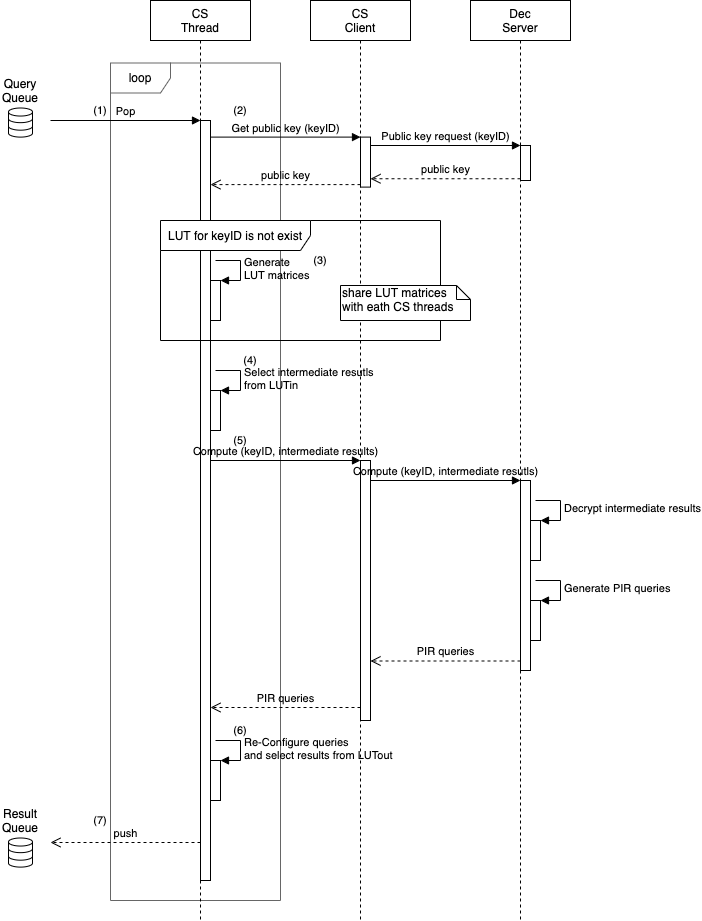
Before: doc/spec-ja/source/images/fhetbl_design-seq-cs-02.png, a diagram exported from draw.io (iihiro/FHE-Table-Search). Source tidied: cells renumbered, new cells last; positions are measured from the earlier drawing's top-left corner, leaving out a move shared by most shapes.
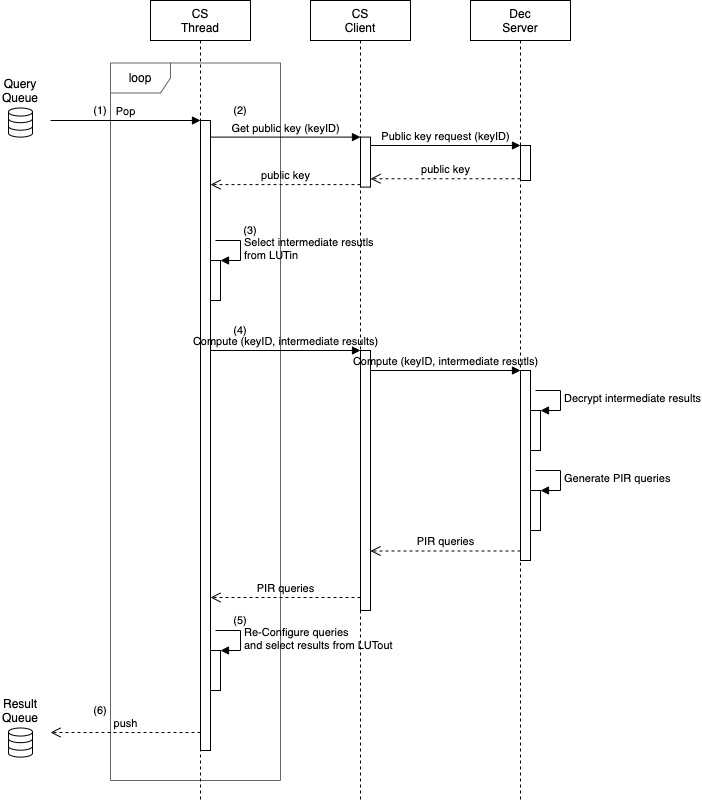
Later version of the same file.

Change to the diagram source:
```diff
@@ -3,34 +3,35 @@
     <mxCell id="0" />
     <mxCell id="1" parent="0" />
     <mxCell id="2" value="loop" style="shape=umlFrame;whiteSpace=wrap;html=1;strokeColor=#666666;strokeWidth=1;fillColor=none;" parent="1" vertex="1">
-      <mxGeometry x="110" y="62.5" width="170" height="837.5" as="geometry" />
+      <mxGeometry x="110" y="62.5" width="170" height="717.5" as="geometry" />
     </mxCell>
     <mxCell id="3" value="CS&lt;br&gt;Thread" style="shape=umlLifeline;perimeter=lifelinePerimeter;whiteSpace=wrap;html=1;" parent="1" vertex="1">
-      <mxGeometry x="150" width="100" height="920" as="geometry" />
+      <mxGeometry x="150" width="100" height="800" as="geometry" />
     </mxCell>
     <mxCell id="4" value="CS&lt;br&gt;Client" style="shape=umlLifeline;perimeter=lifelinePerimeter;whiteSpace=wrap;html=1;" parent="1" vertex="1">
-      <mxGeometry x="310" width="100" height="920" as="geometry" />
+      <mxGeometry x="310" width="100" height="800" as="geometry" />
     </mxCell>
     <mxCell id="5" style="html=1;points=[];perimeter=orthogonalPerimeter;strokeColor=#000000;strokeWidth=1;" parent="4" vertex="1">
       <mxGeometry x="50" y="136.6" width="10" height="50" as="geometry" />
     </mxCell>
     <mxCell id="6" value="Dec&lt;br&gt;Server" style="shape=umlLifeline;perimeter=lifelinePerimeter;whiteSpace=wrap;html=1;" parent="1" vertex="1">
-      <mxGeometry x="470" width="100" height="920" as="geometry" />
+      <mxGeometry x="470" width="100" height="800" as="geometry" />
     </mxCell>
     <mxCell id="7" style="html=1;points=[];perimeter=orthogonalPerimeter;" parent="6" vertex="1">
-      <mxGeometry x="50" y="480" width="10" height="190" as="geometry" />
+      <mxGeometry x="50" y="370" width="10" height="190" as="geometry" />
     </mxCell>
     <mxCell id="8" style="html=1;points=[];perimeter=orthogonalPerimeter;" parent="1" vertex="1">
-      <mxGeometry x="200" y="120" width="10" height="760" as="geometry" />
+      <mxGeometry x="200" y="120" width="10" height="630" as="geometry" />
     </mxCell>
     <mxCell id="9" value="Pop" style="html=1;verticalAlign=bottom;endArrow=block;entryX=0;entryY=0;labelBackgroundColor=none;" parent="1" edge="1" target="8">
       <mxGeometry relative="1" as="geometry">
         <mxPoint x="50" y="120" as="sourcePoint" />
       </mxGeometry>
     </mxCell>
-    <mxCell id="10" value="push" style="html=1;verticalAlign=bottom;endArrow=open;dashed=1;endSize=8;exitX=0;exitY=0.95;labelBackgroundColor=none;" parent="1" edge="1" source="8">
+    <mxCell id="10" value="push" style="html=1;verticalAlign=bottom;endArrow=open;dashed=1;endSize=8;exitX=0;exitY=0.95;labelBackgroundColor=none;" parent="1" edge="1">
       <mxGeometry relative="1" as="geometry">
-        <mxPoint x="50" y="842" as="targetPoint" />
+        <mxPoint x="200" y="732" as="sourcePoint" />
+        <mxPoint x="50" y="732" as="targetPoint" />
       </mxGeometry>
     </mxCell>
     <mxCell id="11" style="html=1;points=[];perimeter=orthogonalPerimeter;" parent="1" vertex="1">
@@ -42,120 +43,104 @@
     <mxCell id="13" value="public key" style="html=1;verticalAlign=bottom;endArrow=open;dashed=1;endSize=8;exitX=0;exitY=0.95;labelBackgroundColor=none;" parent="1" edge="1" source="11" target="5">
       <mxGeometry relative="1" as="geometry" />
     </mxCell>
-    <mxCell id="14" value="LUT for keyID is not exist" style="shape=umlFrame;whiteSpace=wrap;html=1;width=150;height=30;" parent="1" vertex="1">
-      <mxGeometry x="160" y="220" width="280" height="120" as="geometry" />
+    <mxCell id="14" style="html=1;points=[];perimeter=orthogonalPerimeter;" parent="1" vertex="1">
+      <mxGeometry x="210" y="260" width="10" height="40" as="geometry" />
     </mxCell>
-    <mxCell id="15" style="html=1;points=[];perimeter=orthogonalPerimeter;" parent="1" vertex="1">
-      <mxGeometry x="210" y="280" width="10" height="40" as="geometry" />
+    <mxCell id="15" value="Select intermediate resutls&lt;br&gt;from LUTin" style="edgeStyle=orthogonalEdgeStyle;html=1;align=left;spacingLeft=2;endArrow=block;rounded=0;entryX=1;entryY=0;labelBackgroundColor=none;" parent="1" edge="1" target="14">
+      <mxGeometry relative="1" as="geometry">
+        <mxPoint x="215" y="240" as="sourcePoint" />
+        <Array as="points">
+          <mxPoint x="240" y="240" />
+        </Array>
+      </mxGeometry>
     </mxCell>
-    <mxCell id="16" value="Generate&lt;br&gt;LUT matrices" style="edgeStyle=orthogonalEdgeStyle;html=1;align=left;spacingLeft=2;endArrow=block;rounded=0;entryX=1;entryY=0;labelBackgroundColor=none;" parent="1" edge="1" target="15">
-      <mxGeometry relative="1" as="geometry">
-        <mxPoint x="215" y="260" as="sourcePoint" />
-        <Array as="points">
-          <mxPoint x="240" y="260" />
-        </Array>
-      </mxGeometry>
+    <mxCell id="16" style="html=1;points=[];perimeter=orthogonalPerimeter;" parent="1" vertex="1">
+      <mxGeometry x="360" y="350" width="10" height="260" as="geometry" />
     </mxCell>
-    <mxCell id="17" style="html=1;points=[];perimeter=orthogonalPerimeter;" parent="1" vertex="1">
-      <mxGeometry x="210" y="390" width="10" height="40" as="geometry" />
+    <mxCell id="17" value="Compute (keyID, intermediate results)" style="html=1;verticalAlign=bottom;endArrow=block;entryX=0;entryY=0;labelBackgroundColor=none;" parent="1" edge="1" target="16">
+      <mxGeometry relative="1" as="geometry">
+        <mxPoint x="210" y="350" as="sourcePoint" />
+      </mxGeometry>
     </mxCell>
-    <mxCell id="18" value="Select intermediate resutls&lt;br&gt;from LUTin" style="edgeStyle=orthogonalEdgeStyle;html=1;align=left;spacingLeft=2;endArrow=block;rounded=0;entryX=1;entryY=0;labelBackgroundColor=none;" parent="1" edge="1" target="17">
+    <mxCell id="18" value="PIR queries" style="html=1;verticalAlign=bottom;endArrow=open;dashed=1;endSize=8;exitX=0;exitY=0.95;labelBackgroundColor=none;" parent="1" edge="1" source="16">
       <mxGeometry relative="1" as="geometry">
-        <mxPoint x="215" y="370" as="sourcePoint" />
-        <Array as="points">
-          <mxPoint x="240" y="370" />
-        </Array>
+        <mxPoint x="210" y="597" as="targetPoint" />
       </mxGeometry>
     </mxCell>
-    <mxCell id="19" style="html=1;points=[];perimeter=orthogonalPerimeter;" parent="1" vertex="1">
-      <mxGeometry x="360" y="460" width="10" height="260" as="geometry" />
+    <mxCell id="19" value="Compute (keyID, intermediate resutls)" style="html=1;verticalAlign=bottom;endArrow=block;entryX=0;entryY=0;labelBackgroundColor=none;" parent="1" edge="1" source="16" target="7">
+      <mxGeometry relative="1" as="geometry" />
     </mxCell>
-    <mxCell id="20" value="Compute (keyID, intermediate results)" style="html=1;verticalAlign=bottom;endArrow=block;entryX=0;entryY=0;labelBackgroundColor=none;" parent="1" edge="1" source="8" target="19">
-      <mxGeometry relative="1" as="geometry" />
+    <mxCell id="20" style="html=1;points=[];perimeter=orthogonalPerimeter;" parent="1" vertex="1">
+      <mxGeometry x="530" y="410" width="10" height="40" as="geometry" />
     </mxCell>
-    <mxCell id="21" value="PIR queries" style="html=1;verticalAlign=bottom;endArrow=open;dashed=1;endSize=8;exitX=0;exitY=0.95;labelBackgroundColor=none;" parent="1" edge="1" source="19" target="8">
-      <mxGeometry relative="1" as="geometry" />
+    <mxCell id="21" value="Decrypt intermediate results" style="edgeStyle=orthogonalEdgeStyle;html=1;align=left;spacingLeft=2;endArrow=block;rounded=0;entryX=1;entryY=0;labelBackgroundColor=none;" parent="1" edge="1" target="20">
+      <mxGeometry relative="1" as="geometry">
+        <mxPoint x="535" y="390" as="sourcePoint" />
+        <Array as="points">
+          <mxPoint x="560" y="390" />
+        </Array>
+      </mxGeometry>
     </mxCell>
-    <mxCell id="22" value="Compute (keyID, intermediate resutls)" style="html=1;verticalAlign=bottom;endArrow=block;entryX=0;entryY=0;labelBackgroundColor=none;" parent="1" edge="1" source="19" target="7">
-      <mxGeometry relative="1" as="geometry" />
+    <mxCell id="22" style="html=1;points=[];perimeter=orthogonalPerimeter;" parent="1" vertex="1">
+      <mxGeometry x="530" y="490" width="10" height="40" as="geometry" />
     </mxCell>
-    <mxCell id="23" style="html=1;points=[];perimeter=orthogonalPerimeter;" parent="1" vertex="1">
-      <mxGeometry x="530" y="520" width="10" height="40" as="geometry" />
+    <mxCell id="23" value="Generate PIR queries" style="edgeStyle=orthogonalEdgeStyle;html=1;align=left;spacingLeft=2;endArrow=block;rounded=0;entryX=1;entryY=0;labelBackgroundColor=none;" parent="1" edge="1" target="22">
+      <mxGeometry relative="1" as="geometry">
+        <mxPoint x="535" y="470" as="sourcePoint" />
+        <Array as="points">
+          <mxPoint x="560" y="470" />
+        </Array>
+      </mxGeometry>
     </mxCell>
-    <mxCell id="24" value="Decrypt intermediate results" style="edgeStyle=orthogonalEdgeStyle;html=1;align=left;spacingLeft=2;endArrow=block;rounded=0;entryX=1;entryY=0;labelBackgroundColor=none;" parent="1" edge="1" target="23">
-      <mxGeometry relative="1" as="geometry">
-        <mxPoint x="535" y="500" as="sourcePoint" />
-        <Array as="points">
-          <mxPoint x="560" y="500" />
-        </Array>
-      </mxGeometry>
+    <mxCell id="24" value="PIR queries" style="html=1;verticalAlign=bottom;endArrow=open;dashed=1;endSize=8;exitX=0;exitY=0.95;labelBackgroundColor=none;" parent="1" edge="1" source="7" target="16">
+      <mxGeometry relative="1" as="geometry" />
     </mxCell>
     <mxCell id="25" style="html=1;points=[];perimeter=orthogonalPerimeter;" parent="1" vertex="1">
-      <mxGeometry x="530" y="600" width="10" height="40" as="geometry" />
+      <mxGeometry x="210" y="650" width="10" height="40" as="geometry" />
     </mxCell>
-    <mxCell id="26" value="Generate PIR queries" style="edgeStyle=orthogonalEdgeStyle;html=1;align=left;spacingLeft=2;endArrow=block;rounded=0;entryX=1;entryY=0;labelBackgroundColor=none;" parent="1" edge="1" target="25">
+    <mxCell id="26" value="Re-Configure queries&lt;br&gt;and select results from LUTout" style="edgeStyle=orthogonalEdgeStyle;html=1;align=left;spacingLeft=2;endArrow=block;rounded=0;entryX=1;entryY=0;labelBackgroundColor=none;" parent="1" edge="1" target="25">
       <mxGeometry relative="1" as="geometry">
-        <mxPoint x="535" y="580" as="sourcePoint" />
+        <mxPoint x="215" y="630" as="sourcePoint" />
         <Array as="points">
-          <mxPoint x="560" y="580" />
+          <mxPoint x="240" y="630" />
         </Array>
       </mxGeometry>
     </mxCell>
-    <mxCell id="27" value="PIR queries" style="html=1;verticalAlign=bottom;endArrow=open;dashed=1;endSize=8;exitX=0;exitY=0.95;labelBackgroundColor=none;" parent="1" edge="1" source="7" target="19">
-      <mxGeometry relative="1" as="geometry" />
+    <mxCell id="27" style="html=1;verticalLabelPosition=bottom;align=center;labelBackgroundColor=#ffffff;verticalAlign=top;strokeWidth=1;strokeColor=#000000;shadow=0;dashed=0;shape=mxgraph.ios7.icons.data;" parent="1" vertex="1">
+      <mxGeometry x="8" y="107.5" width="24" height="29.1" as="geometry" />
     </mxCell>
-    <mxCell id="28" style="html=1;points=[];perimeter=orthogonalPerimeter;" parent="1" vertex="1">
-      <mxGeometry x="210" y="760" width="10" height="40" as="geometry" />
+    <mxCell id="28" value="Query Queue" style="text;html=1;strokeColor=none;fillColor=none;align=center;verticalAlign=middle;whiteSpace=wrap;rounded=0;" parent="1" vertex="1">
+      <mxGeometry y="80" width="40" height="20" as="geometry" />
     </mxCell>
-    <mxCell id="29" value="Re-Configure queries&lt;br&gt;and select results from LUTout" style="edgeStyle=orthogonalEdgeStyle;html=1;align=left;spacingLeft=2;endArrow=block;rounded=0;entryX=1;entryY=0;labelBackgroundColor=none;" parent="1" edge="1" target="28">
-      <mxGeometry relative="1" as="geometry">
-        <mxPoint x="215" y="740" as="sourcePoint" />
-        <Array as="points">
-          <mxPoint x="240" y="740" />
-        </Array>
-      </mxGeometry>
+    <mxCell id="29" value="public key" style="html=1;verticalAlign=bottom;endArrow=open;dashed=1;endSize=8;exitX=0;exitY=0.95;labelBackgroundColor=none;" parent="1" edge="1" source="5" target="8">
+      <mxGeometry relative="1" as="geometry" />
     </mxCell>
-    <mxCell id="30" style="html=1;verticalLabelPosition=bottom;align=center;labelBackgroundColor=#ffffff;verticalAlign=top;strokeWidth=1;strokeColor=#000000;shadow=0;dashed=0;shape=mxgraph.ios7.icons.data;" parent="1" vertex="1">
-      <mxGeometry x="8" y="107.5" width="24" height="29.1" as="geometry" />
+    <mxCell id="30" value="Get public key (keyID)" style="html=1;verticalAlign=bottom;endArrow=block;entryX=0;entryY=0;labelBackgroundColor=none;" parent="1" edge="1" source="8" target="5">
+      <mxGeometry relative="1" as="geometry" />
     </mxCell>
-    <mxCell id="31" value="Query Queue" style="text;html=1;strokeColor=none;fillColor=none;align=center;verticalAlign=middle;whiteSpace=wrap;rounded=0;" parent="1" vertex="1">
-      <mxGeometry y="80" width="40" height="20" as="geometry" />
+    <mxCell id="31" style="html=1;verticalLabelPosition=bottom;align=center;labelBackgroundColor=#ffffff;verticalAlign=top;strokeWidth=1;strokeColor=#000000;shadow=0;dashed=0;shape=mxgraph.ios7.icons.data;" parent="1" vertex="1">
+      <mxGeometry x="8" y="727.5" width="24" height="29.1" as="geometry" />
     </mxCell>
-    <mxCell id="32" value="public key" style="html=1;verticalAlign=bottom;endArrow=open;dashed=1;endSize=8;exitX=0;exitY=0.95;labelBackgroundColor=none;" parent="1" edge="1" source="5" target="8">
-      <mxGeometry relative="1" as="geometry" />
+    <mxCell id="32" value="Result Queue" style="text;html=1;strokeColor=none;fillColor=none;align=center;verticalAlign=middle;whiteSpace=wrap;rounded=0;" parent="1" vertex="1">
+      <mxGeometry y="700" width="40" height="20" as="geometry" />
     </mxCell>
-    <mxCell id="33" value="Get public key (keyID)" style="html=1;verticalAlign=bottom;endArrow=block;entryX=0;entryY=0;labelBackgroundColor=none;" parent="1" edge="1" source="8" target="5">
-      <mxGeometry relative="1" as="geometry" />
+    <mxCell id="33" value="(1)" style="text;html=1;strokeColor=none;fillColor=none;align=center;verticalAlign=middle;whiteSpace=wrap;rounded=0;fontSize=11;" parent="1" vertex="1">
+      <mxGeometry x="80" y="100" width="40" height="20" as="geometry" />
     </mxCell>
-    <mxCell id="34" value="share LUT matrices with eath CS threads" style="shape=note;whiteSpace=wrap;html=1;size=14;verticalAlign=top;align=left;spacingTop=-6;strokeColor=#000000;strokeWidth=1;" parent="1" vertex="1">
-      <mxGeometry x="340" y="285" width="130" height="35" as="geometry" />
+    <mxCell id="34" value="(2)" style="text;html=1;strokeColor=none;fillColor=none;align=center;verticalAlign=middle;whiteSpace=wrap;rounded=0;fontSize=11;" parent="1" vertex="1">
+      <mxGeometry x="220" y="100" width="40" height="20" as="geometry" />
     </mxCell>
-    <mxCell id="35" style="html=1;verticalLabelPosition=bottom;align=center;labelBackgroundColor=#ffffff;verticalAlign=top;strokeWidth=1;strokeColor=#000000;shadow=0;dashed=0;shape=mxgraph.ios7.icons.data;" parent="1" vertex="1">
-      <mxGeometry x="8" y="837.5" width="24" height="29.1" as="geometry" />
+    <mxCell id="35" value="(3)" style="text;html=1;strokeColor=none;fillColor=none;align=center;verticalAlign=middle;whiteSpace=wrap;rounded=0;fontSize=11;" parent="1" vertex="1">
+      <mxGeometry x="230" y="220" width="40" height="20" as="geometry" />
     </mxCell>
-    <mxCell id="36" value="Result Queue" style="text;html=1;strokeColor=none;fillColor=none;align=center;verticalAlign=middle;whiteSpace=wrap;rounded=0;" parent="1" vertex="1">
-      <mxGeometry y="810" width="40" height="20" as="geometry" />
+    <mxCell id="36" value="(4)" style="text;html=1;strokeColor=none;fillColor=none;align=center;verticalAlign=middle;whiteSpace=wrap;rounded=0;fontSize=11;" parent="1" vertex="1">
+      <mxGeometry x="220" y="320" width="40" height="20" as="geometry" />
     </mxCell>
-    <mxCell id="37" value="(1)" style="text;html=1;strokeColor=none;fillColor=none;align=center;verticalAlign=middle;whiteSpace=wrap;rounded=0;fontSize=11;" parent="1" vertex="1">
-      <mxGeometry x="80" y="100" width="40" height="20" as="geometry" />
+    <mxCell id="37" value="(5)" style="text;html=1;strokeColor=none;fillColor=none;align=center;verticalAlign=middle;whiteSpace=wrap;rounded=0;fontSize=11;" parent="1" vertex="1">
+      <mxGeometry x="220" y="610" width="40" height="20" as="geometry" />
     </mxCell>
-    <mxCell id="38" value="(2)" style="text;html=1;strokeColor=none;fillColor=none;align=center;verticalAlign=middle;whiteSpace=wrap;rounded=0;fontSize=11;" parent="1" vertex="1">
-      <mxGeometry x="220" y="100" width="40" height="20" as="geometry" />
+    <mxCell id="38" value="(6)" style="text;html=1;strokeColor=none;fillColor=none;align=center;verticalAlign=middle;whiteSpace=wrap;rounded=0;fontSize=11;" parent="1" vertex="1">
+      <mxGeometry x="80" y="700" width="40" height="20" as="geometry" />
     </mxCell>
-    <mxCell id="39" value="(3)" style="text;html=1;strokeColor=none;fillColor=none;align=center;verticalAlign=middle;whiteSpace=wrap;rounded=0;fontSize=11;" parent="1" vertex="1">
-      <mxGeometry x="300" y="250" width="40" height="20" as="geometry" />
-    </mxCell>
-    <mxCell id="40" value="(4)" style="text;html=1;strokeColor=none;fillColor=none;align=center;verticalAlign=middle;whiteSpace=wrap;rounded=0;fontSize=11;" parent="1" vertex="1">
-      <mxGeometry x="230" y="350" width="40" height="20" as="geometry" />
-    </mxCell>
-    <mxCell id="41" value="(5)" style="text;html=1;strokeColor=none;fillColor=none;align=center;verticalAlign=middle;whiteSpace=wrap;rounded=0;fontSize=11;" parent="1" vertex="1">
-      <mxGeometry x="220" y="430" width="40" height="20" as="geometry" />
-    </mxCell>
-    <mxCell id="42" value="(6)" style="text;html=1;strokeColor=none;fillColor=none;align=center;verticalAlign=middle;whiteSpace=wrap;rounded=0;fontSize=11;" parent="1" vertex="1">
-      <mxGeometry x="220" y="720" width="40" height="20" as="geometry" />
-    </mxCell>
-    <mxCell id="43" value="(7)" style="text;html=1;strokeColor=none;fillColor=none;align=center;verticalAlign=middle;whiteSpace=wrap;rounded=0;fontSize=11;" parent="1" vertex="1">
-      <mxGeometry x="80" y="810" width="40" height="20" as="geometry" />
-    </mxCell>
   </root>
 </mxGraphModel>
```
